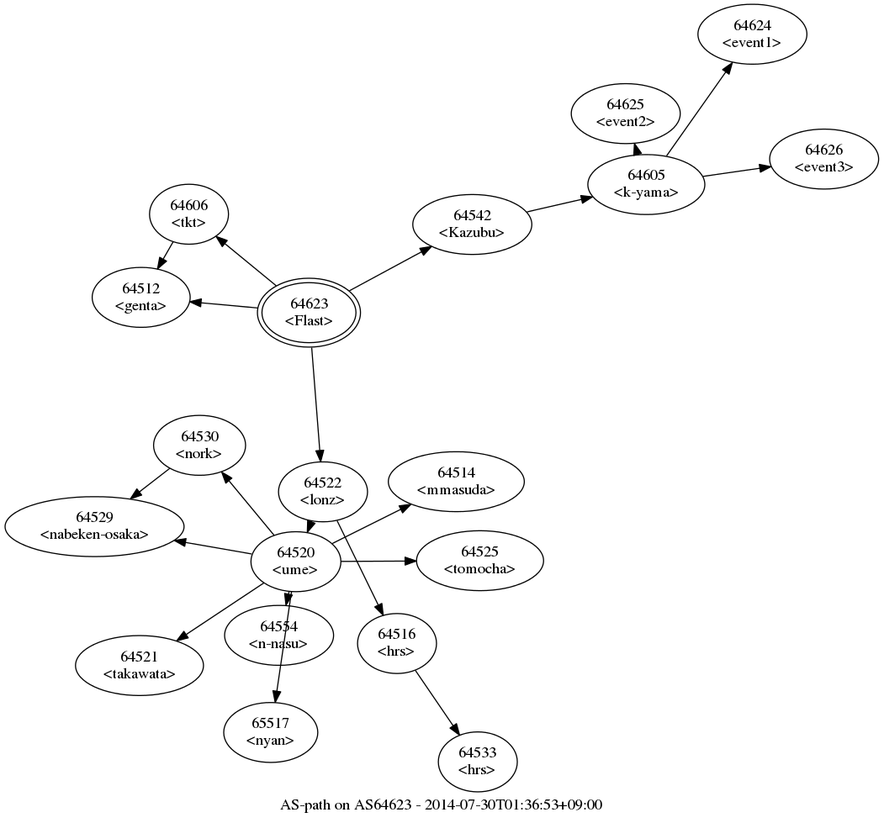
Flast/flast.github.io keeps this Graphviz diagram as aspath/as64623.png. Above is the earlier version. Its source is kept beside it as aspath/as64623.gv.
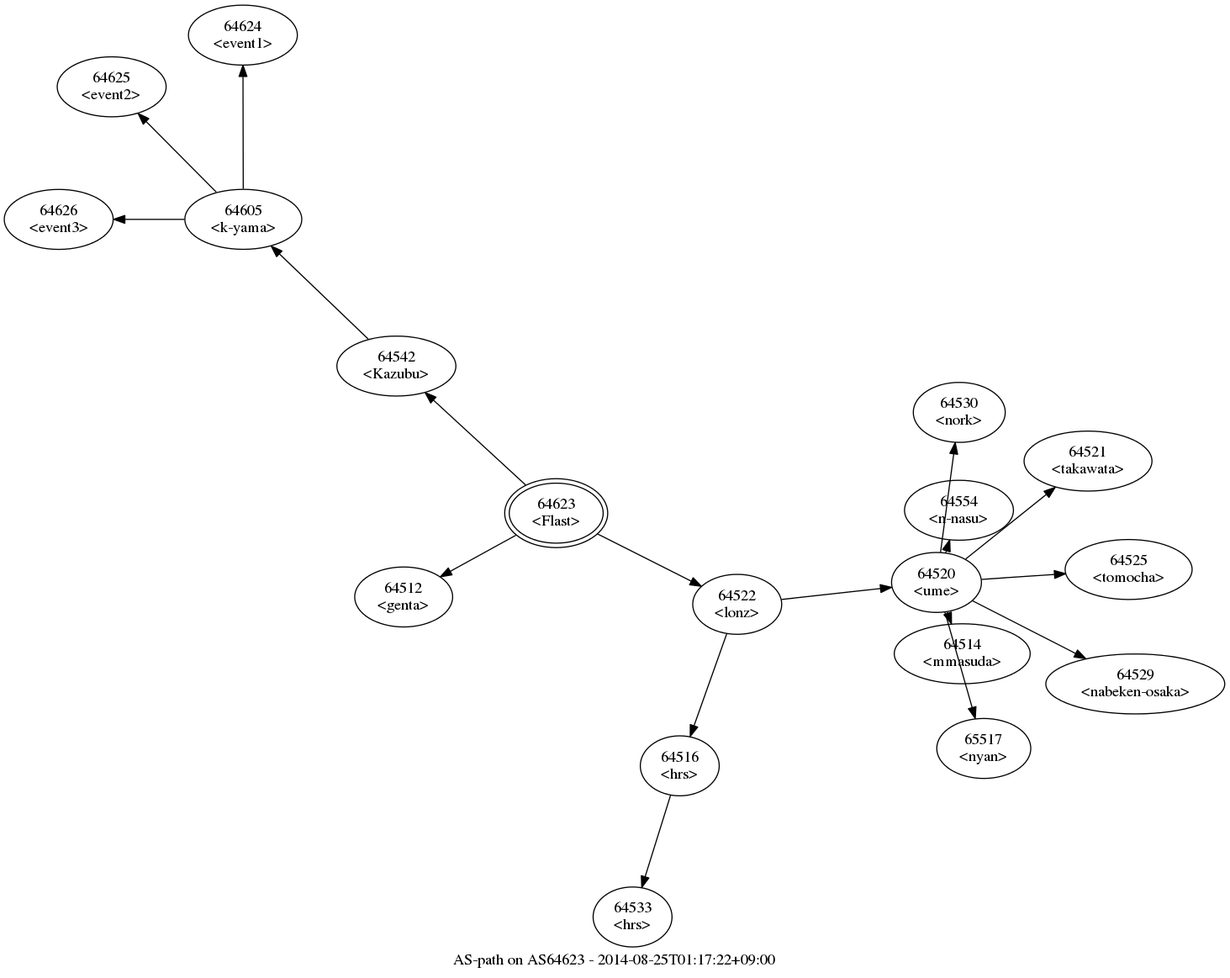
Above is the later version.

Diff of the diagram source:
```diff
@@ -1,108 +1,101 @@
 digraph aspath {
-	graph [bb="0,0,780,726",
+	graph [bb="0,0,1089,864",
 		center="",
-		label="AS-path on AS64623 - 2014-07-30T01:36:53+09:00",
+		label="AS-path on AS64623 - 2014-08-25T01:17:22+09:00",
 		layout=fdp,
 		lheight=0.21,
-		lp="390,11.5",
+		lp="544.5,11.5",
 		lwidth=4.00
 	];
 	node [label="\N"];
 	64623	 [height=0.8575,
 		label="64623\n<Flast>",
 		peripheries=2,
-		pos="271.5,451.05",
+		pos="492.18,410.33",
 		width=1.27];
+	64542	 [height=0.74639,
+		label="64542\n<Kazubu>",
+		pos="349.61,541.5",
+		width=1.4731];
+	64623 -> 64542	 [pos="e,375.22,517.94 465.03,435.31 441.6,456.87 407.68,488.07 382.68,511.08"];
 	64522	 [height=0.74639,
 		label="64522\n<lonz>",
-		pos="284.03,291.2",
+		pos="653.66,329",
 		width=1.0999];
-	64623 -> 64522	 [pos="e,281.93,318.07 273.94,419.85 276,393.59 278.95,355.97 281.13,328.19"];
-	64542	 [height=0.74639,
-		label="64542\n<Kazubu>",
-		pos="417.16,529.73",
-		width=1.4731];
-	64623 -> 64542	 [pos="e,380.81,510.09 307.5,470.5 326.95,481 351.15,494.08 371.87,505.26"];
+	64623 -> 64522	 [pos="e,621.69,345.1 529.23,391.67 554.11,379.14 586.9,362.63 612.58,349.69"];
 	64512	 [height=0.74639,
 		label="64512\n<genta>",
-		pos="121.89,464.69",
+		pos="356.11,335.58",
 		width=1.2178];
-	64623 -> 64512	 [pos="e,165.26,460.74 225.8,455.22 209.86,456.67 191.83,458.32 175.32,459.82"];
-	64606	 [height=0.74639,
-		label="64606\n<tkt>",
-		pos="164.55,538.89",
-		width=0.98209];
-	64623 -> 64606	 [pos="e,188.68,519.07 242.27,475.05 228.08,486.71 210.99,500.74 196.46,512.68"];
+	64623 -> 64512	 [pos="e,388.83,353.56 456.43,390.69 438.43,380.81 416.51,368.76 397.75,358.46"];
+	64605	 [height=0.74639,
+		label="64605\n<k-yama>",
+		pos="213.06,672.38",
+		width=1.4535];
+	64542 -> 64605	 [pos="e,237.95,648.52 324.57,565.51 302.24,586.91 269.43,618.35 245.18,641.59"];
+	64624	 [height=0.74639,
+		label="64624\n<event1>",
+		pos="212.68,836.68",
+		width=1.3553];
+	64605 -> 64624	 [pos="e,212.74,809.78 213,699.51 212.94,726.82 212.84,769.15 212.77,799.56"];
+	64625	 [height=0.74639,
+		label="64625\n<event2>",
+		pos="95.623,790.56",
+		width=1.3553];
+	64605 -> 64625	 [pos="e,119.24,766.8 189.01,696.58 170.92,714.78 146,739.87 126.44,759.55"];
+	64626	 [height=0.74639,
+		label="64626\n<event3>",
+		pos="48.383,672.33",
+		width=1.3553];
+	64605 -> 64626	 [pos="e,97.366,672.34 160.5,672.36 143.59,672.36 124.73,672.35 107.38,672.35"];
 	64520	 [height=0.74639,
 		label="64520\n<ume>",
-		pos="259.87,228.89",
+		pos="831.43,348.54",
 		width=1.1196];
-	64522 -> 64520	 [pos="e,270.02,255.05 273.93,265.13 273.85,264.92 273.76,264.72 273.68,264.51"];
+	64522 -> 64520	 [pos="e,791.47,344.15 693.11,333.34 719.17,336.2 753.53,339.98 781.49,343.05"];
 	64516	 [height=0.74639,
 		label="64516\n<hrs>",
-		pos="350.02,155.87",
+		pos="602.4,184.98",
 		width=0.98209];
-	64522 -> 64516	 [pos="e,337.73,181.09 296.6,265.43 306.99,244.13 321.82,213.7 333.23,190.31"];
+	64522 -> 64516	 [pos="e,611.75,211.23 644.26,302.59 636.09,279.65 624.2,246.22 615.17,220.86"];
+	64554	 [height=0.74639,
+		label="64554\n<n-nasu>",
+		pos="851.48,412.9",
+		width=1.3553];
+	64520 -> 64554	 [pos="e,843.23,386.41 839.7,375.09 839.88,375.68 840.06,376.26 840.25,376.85"];
+	64530	 [height=0.74639,
+		label="64530\n<nork>",
+		pos="851.74,500.2",
+		width=1.1392];
+	64520 -> 64530	 [pos="e,848.12,473.19 835.01,375.3 838.28,399.73 843.15,436.07 846.79,463.26"];
+	64529	 [height=0.74639,
+		label="64529\n<nabeken-osaka>",
+		pos="1008.8,258",
+		width=2.2195];
+	64520 -> 64529	 [pos="e,964.54,280.57 863.54,332.14 889.13,319.07 925.52,300.49 955.47,285.2"];
+	64525	 [height=0.74639,
+		label="64525\n<tomocha>",
+		pos="1002.8,360.09",
+		width=1.5713];
+	64520 -> 64525	 [pos="e,946.67,356.3 871.61,351.25 890.91,352.55 914.56,354.14 936.43,355.61"];
+	64521	 [height=0.74639,
+		label="64521\n<takawata>",
+		pos="966.6,456.77",
+		width=1.591];
+	64520 -> 64521	 [pos="e,937.33,433.34 857.49,369.41 877.94,385.78 906.67,408.79 929.52,427.08"];
 	64514	 [height=0.74639,
 		label="64514\n<mmasuda>",
-		pos="402.9,300.25",
+		pos="854.38,284.93",
 		width=1.6892];
-	64520 -> 64514	 [pos="e,362.39,280.04 292.33,245.08 310.34,254.07 333.12,265.43 353.31,275.51"];
-	64530	 [height=0.74639,
-		label="64530\n<nork>",
-		pos="173.97,332.69",
-		width=1.1392];
-	64520 -> 64530	 [pos="e,193.68,308.87 240.38,252.44 228.49,266.81 213.15,285.35 200.2,300.99"];
-	64529	 [height=0.74639,
-		label="64529\n<nabeken-osaka>",
-		pos="80.325,260.16",
-		width=2.2195];
-	64520 -> 64529	 [pos="e,151.46,247.77 220.47,235.75 203.08,238.78 181.97,242.45 161.46,246.03"];
-	64521	 [height=0.74639,
-		label="64521\n<takawata>",
-		pos="120.39,136.23",
-		width=1.591];
-	64520 -> 64521	 [pos="e,153.57,158.27 231.31,209.91 211.4,196.68 184.51,178.82 162.19,164"];
-	64525	 [height=0.74639,
-		label="64525\n<tomocha>",
-		pos="424.06,229.77",
-		width=1.5713];
-	64520 -> 64525	 [pos="e,367.22,229.46 300.46,229.1 317.52,229.2 337.84,229.31 357.01,229.41"];
-	64554	 [height=0.74639,
-		label="64554\n<n-nasu>",
-		pos="244.87,163.15",
-		width=1.3553];
-	64520 -> 64554	 [pos="e,251.01,190.08 253.77,202.15 253.6,201.4 253.43,200.65 253.25,199.9"];
+	64520 -> 64514	 [pos="e,844.78,311.52 840.89,322.3 841.05,321.86 841.21,321.41 841.38,320.96"];
 	65517	 [height=0.74639,
 		label="65517\n<nyan>",
-		pos="237.43,76.502",
+		pos="873.61,200.48",
 		width=1.1589];
-	64520 -> 65517	 [pos="e,241.39,103.38 255.91,201.99 252.29,177.37 246.89,140.71 242.86,113.36"];
-	64530 -> 64529	 [pos="e,112.29,284.92 147.38,312.1 138.94,305.56 129.4,298.17 120.23,291.06"];
+	64520 -> 65517	 [pos="e,865.99,227.22 838.97,322.07 845.73,298.32 855.73,263.25 863.24,236.87"];
 	64533	 [height=0.74639,
 		label="64533\n<hrs>",
-		pos="422.07,50.263",
+		pos="560.3,50.184",
 		width=0.98209];
-	64516 -> 64533	 [pos="e,405.78,74.133 366.37,131.91 376.32,117.32 389.16,98.509 400,82.616"];
-	64605	 [height=0.74639,
-		label="64605\n<k-yama>",
-		pos="572.34,565.34",
-		width=1.4535];
-	64542 -> 64605	 [pos="e,524.37,554.33 465.83,540.9 481.29,544.45 498.53,548.4 514.57,552.08"];
-	64624	 [height=0.74639,
-		label="64624\n<event1>",
-		pos="666.94,699.45",
-		width=1.3553];
-	64605 -> 64624	 [pos="e,648.99,674.01 590.35,590.88 605.35,612.14 626.81,642.56 643.2,665.8"];
-	64625	 [height=0.74639,
-		label="64625\n<event2>",
-		pos="553.98,628.62",
-		width=1.3553];
-	64605 -> 64625	 [pos="e,561.72,601.95 564.55,592.18 564.53,592.28 564.5,592.38 564.47,592.48"];
-	64626	 [height=0.74639,
-		label="64626\n<event3>",
-		pos="730.88,588.09",
-		width=1.3553];
-	64605 -> 64626	 [pos="e,683.46,581.28 622.94,572.6 639,574.91 656.87,577.47 673.38,579.84"];
-	64606 -> 64512	 [pos="e,136.47,490.05 150.34,514.18 147.56,509.33 144.59,504.17 141.65,499.07"];
+	64516 -> 64533	 [pos="e,568.5,76.427 594.19,158.67 587.72,137.98 578.65,108.94 571.52,86.107"];
 }
```
